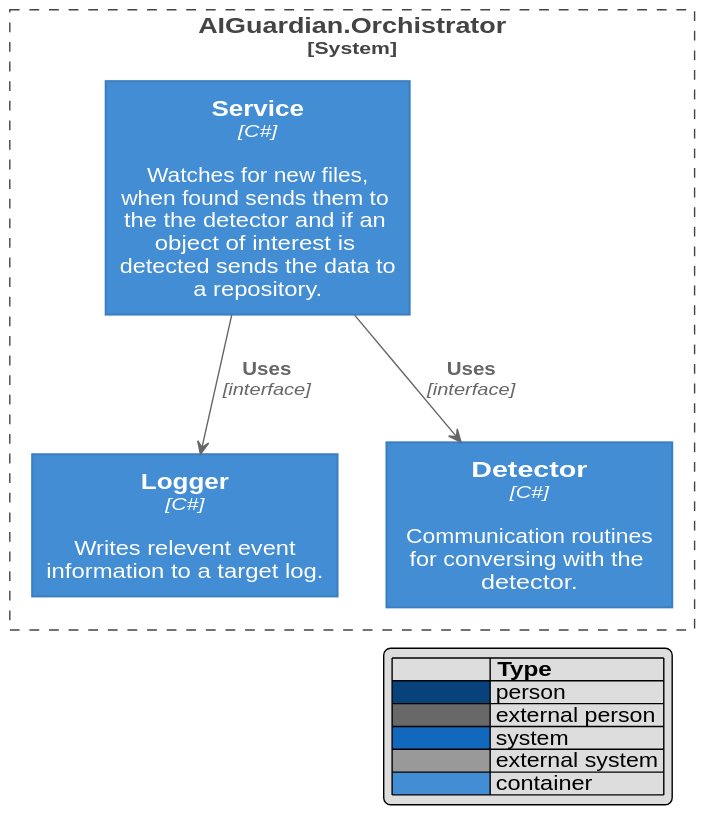
johnhinz/AIGatekeeper keeps this PlantUML diagram as diagrams/ComponentOrchestrator.svg. Above is the earlier version. The source it was exported from:
```plantuml
@startuml
!includeurl https://raw.githubusercontent.com/RicardoNiepel/C4-PlantUML/master/C4_Container.puml

LAYOUT_TOP_DOWN
LAYOUT_WITH_LEGEND()

System_Boundary(c1, "AIGuardian.Orchistrator") {
  Container(app, "Service", "C#", "Watches for new files, when found sends them to the the detector and if an object of interest is detected sends the data to a repository.")
  Container(log, "Logger", "C#", "Writes relevent event information to a target log.")
  Container(detector, "Detector", "C#", "Communication routines for conversing with the detector.")

}

Rel(app, log, "Uses", "interface")
Rel(app, detector, "Uses", "interface")
@enduml
```
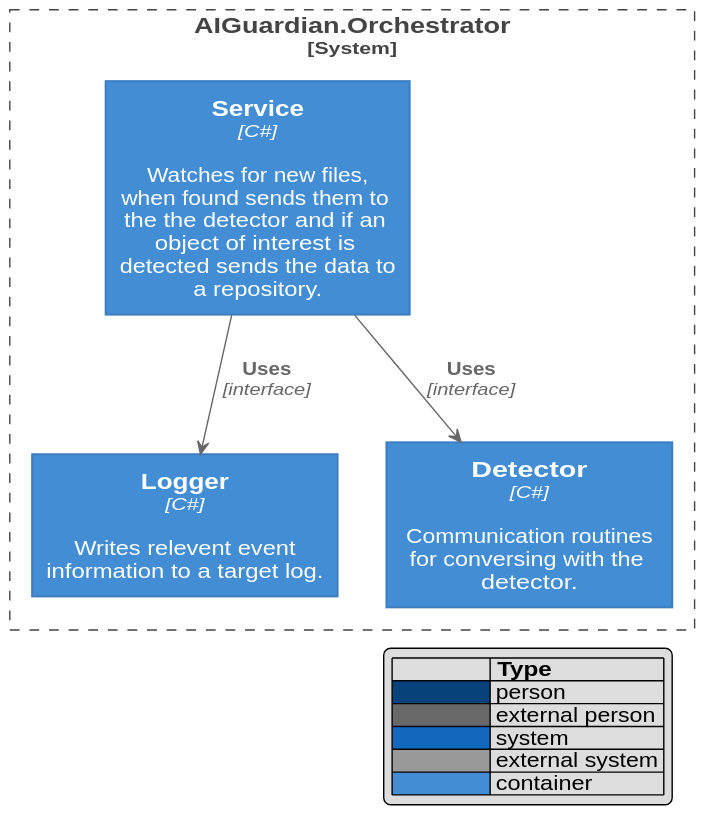
Later version of the same file.

Change to the diagram source:
```diff
@@ -4,7 +4,7 @@
 LAYOUT_TOP_DOWN
 LAYOUT_WITH_LEGEND()
 
-System_Boundary(c1, "AIGuardian.Orchistrator") {
+System_Boundary(c1, "AIGuardian.Orchestrator") {
   Container(app, "Service", "C#", "Watches for new files, when found sends them to the the detector and if an object of interest is detected sends the data to a repository.")
   Container(log, "Logger", "C#", "Writes relevent event information to a target log.")
   Container(detector, "Detector", "C#", "Communication routines for conversing with the detector.")
```
